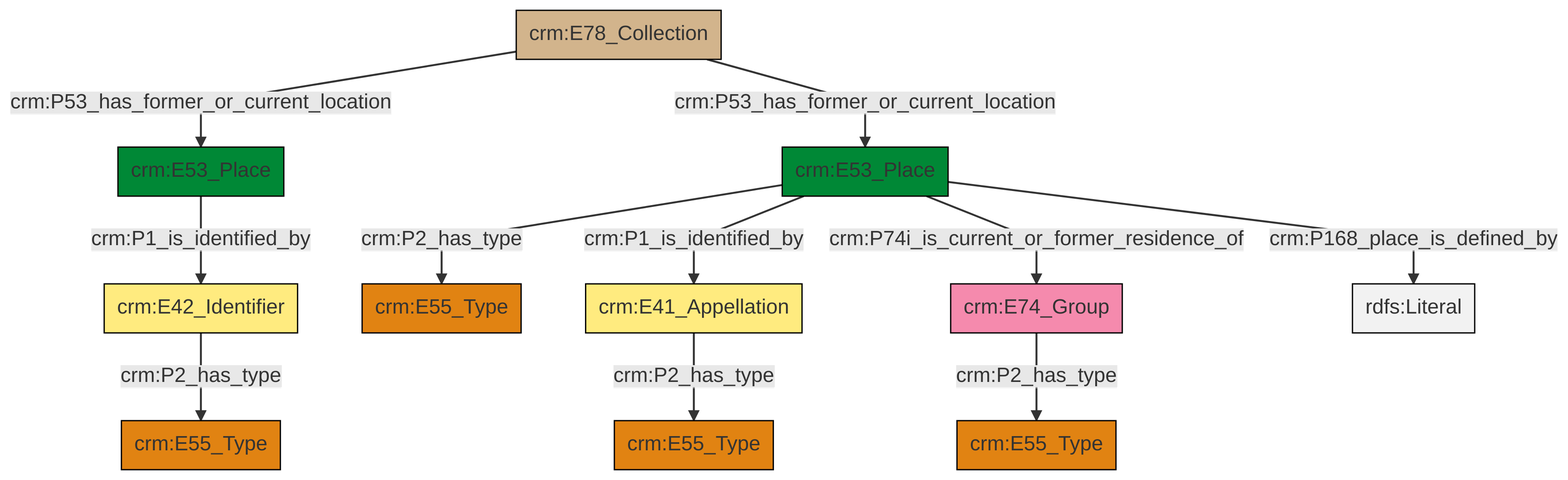
Earlier version of the Mermaid export et/archivalCSV/ttl/mmd/png/archival_location.png (swiss-art-research-net/docs.swissartresearch). Its source is kept beside it as et/archivalCSV/ttl/mmd/archival_location.ttl.mmd.
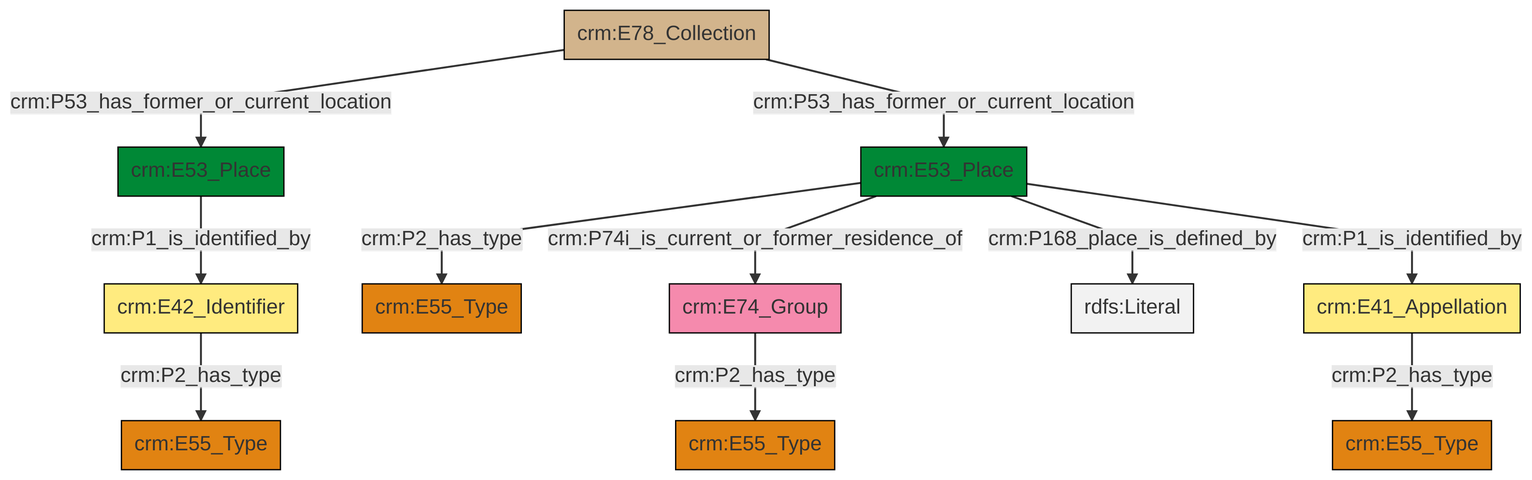
Later version of the same file.

The edit, as a diff of the source:
```diff
@@ -13,13 +13,13 @@
 classDef PC_Classes fill:#4ce600, stroke:#000000;
 classDef Multi fill:#cccccc,stroke:#000000;
 
-0["crm:E53_Place"]:::Place -->|crm:P1_is_identified_by| 1["crm:E41_Appellation"]:::Appellation
-13["crm:E42_Identifier"]:::Appellation -->|crm:P2_has_type| 9["crm:E55_Type"]:::Type
-14["crm:E53_Place"]:::Place -->|crm:P1_is_identified_by| 13["crm:E42_Identifier"]:::Appellation
-15["crm:E74_Group"]:::Actor -->|crm:P2_has_type| 17["crm:E55_Type"]:::Type
-11["crm:E78_Collection"]:::Physical_Thing -->|crm:P53_has_former_or_current_location| 14["crm:E53_Place"]:::Place
-0["crm:E53_Place"]:::Place -->|crm:P2_has_type| 3["crm:E55_Type"]:::Type
-0["crm:E53_Place"]:::Place -->|crm:P74i_is_current_or_former_residence_of| 15["crm:E74_Group"]:::Actor
-11["crm:E78_Collection"]:::Physical_Thing -->|crm:P53_has_former_or_current_location| 0["crm:E53_Place"]:::Place
-1["crm:E41_Appellation"]:::Appellation -->|crm:P2_has_type| 6["crm:E55_Type"]:::Type
-0["crm:E53_Place"]:::Place -->|crm:P168_place_is_defined_by| 23[rdfs:Literal]:::Literal
+0["crm:E53_Place"]:::Place -->|crm:P2_has_type| 1["crm:E55_Type"]:::Type
+0["crm:E53_Place"]:::Place -->|crm:P74i_is_current_or_former_residence_of| 4["crm:E74_Group"]:::Actor
+0["crm:E53_Place"]:::Place -->|crm:P168_place_is_defined_by| 11[rdfs:Literal]:::Literal
+7["crm:E78_Collection"]:::Physical_Thing -->|crm:P53_has_former_or_current_location| 9["crm:E53_Place"]:::Place
+9["crm:E53_Place"]:::Place -->|crm:P1_is_identified_by| 5["crm:E42_Identifier"]:::Appellation
+5["crm:E42_Identifier"]:::Appellation -->|crm:P2_has_type| 2["crm:E55_Type"]:::Type
+4["crm:E74_Group"]:::Actor -->|crm:P2_has_type| 14["crm:E55_Type"]:::Type
+7["crm:E78_Collection"]:::Physical_Thing -->|crm:P53_has_former_or_current_location| 0["crm:E53_Place"]:::Place
+0["crm:E53_Place"]:::Place -->|crm:P1_is_identified_by| 18["crm:E41_Appellation"]:::Appellation
+18["crm:E41_Appellation"]:::Appellation -->|crm:P2_has_type| 12["crm:E55_Type"]:::Type
```
